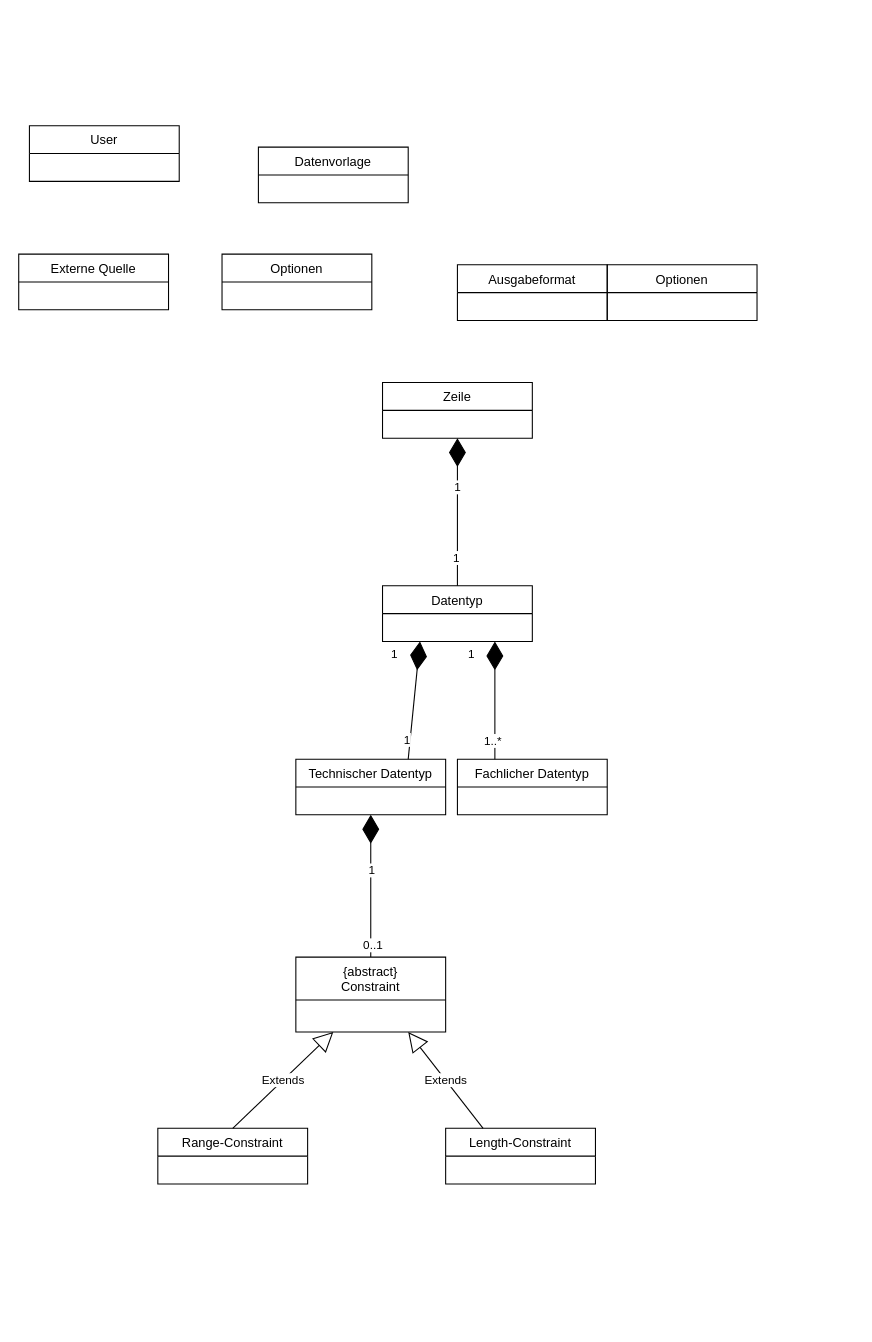
The draw.io diagram datagen-backend/src/main/resources/domain.drawio in Edelmetall/LoremIpsum, before the edit. Source tidied: cells renumbered, new cells numbered last; positions are measured from the earlier drawing's top-left corner, leaving out a move shared by most shapes. Both pictures are drawn from the tidied source at 107%, with x=0, y=0 at pixel (18, 125).
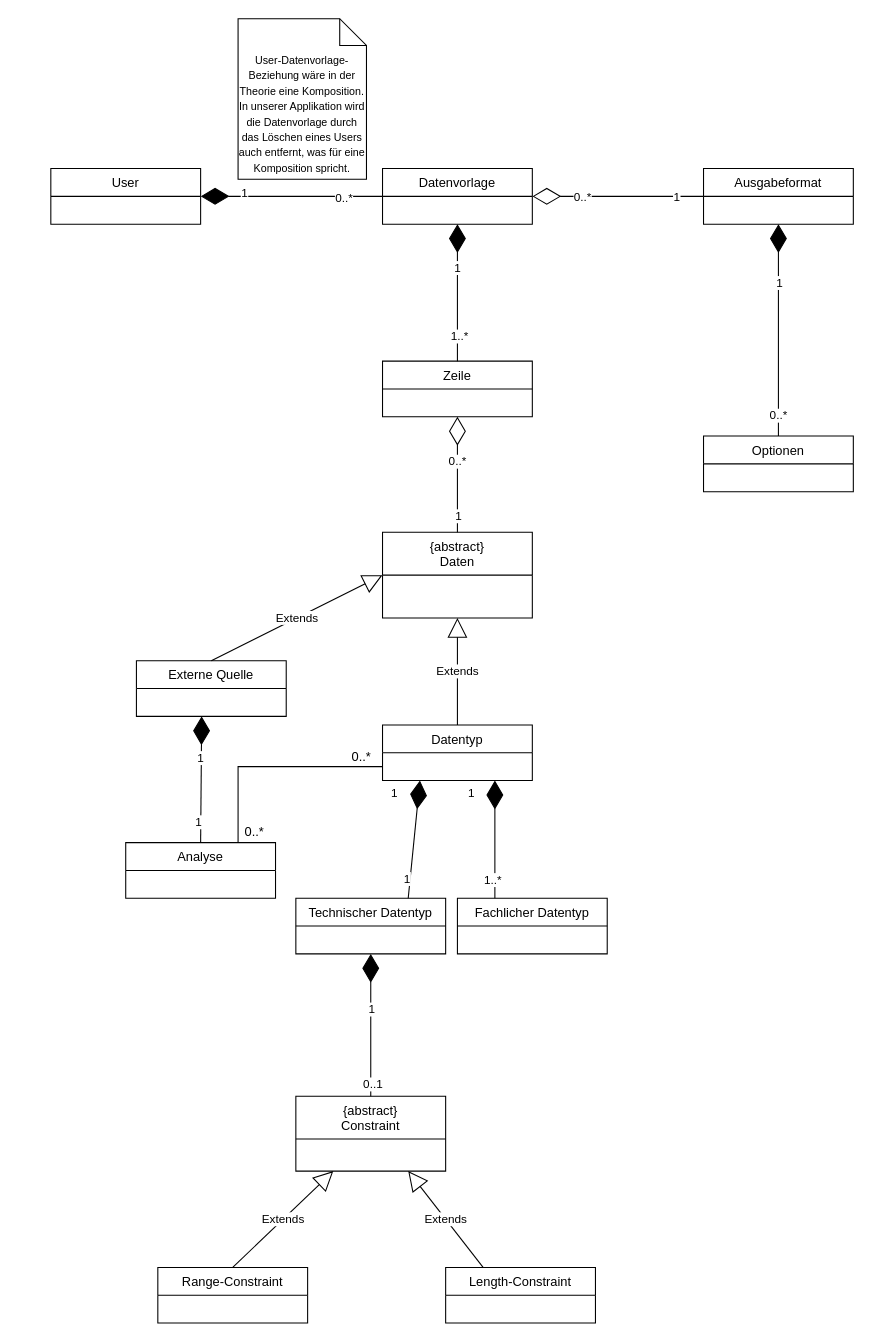
After the change.

Commit message:
finished first draft of domain diagram

What changed in the source:
```diff
@@
     <mxCell id="2" value="User" style="swimlane;fontStyle=0;horizontal=1;startSize=26;fillColor=none;" parent="1" vertex="1">
-      <mxGeometry x="10" width="140" height="52" as="geometry" />
+      <mxGeometry x="30" y="40" width="140" height="52" as="geometry" />
     </mxCell>
     <mxCell id="3" value="Datenvorlage" style="swimlane;fontStyle=0;horizontal=1;startSize=26;fillColor=none;" parent="1" vertex="1">
-      <mxGeometry x="224" y="20" width="140" height="52" as="geometry" />
+      <mxGeometry x="340" y="40" width="140" height="52" as="geometry" />
     </mxCell>
     <mxCell id="4" value="Externe Quelle" style="swimlane;fontStyle=0;horizontal=1;startSize=26;fillColor=none;" parent="1" vertex="1">
-      <mxGeometry y="120" width="140" height="52" as="geometry" />
+      <mxGeometry x="110" y="500" width="140" height="52" as="geometry" />
     </mxCell>
     <mxCell id="5" value="Zeile" style="swimlane;fontStyle=0;horizontal=1;startSize=26;fillColor=none;" parent="1" vertex="1">
-      <mxGeometry x="340" y="240" width="140" height="52" as="geometry" />
+      <mxGeometry x="340" y="220" width="140" height="52" as="geometry" />
     </mxCell>
-    <mxCell id="6" value="Optionen" style="swimlane;fontStyle=0;horizontal=1;startSize=26;fillColor=none;" parent="1" vertex="1">
-      <mxGeometry x="190" y="120" width="140" height="52" as="geometry" />
-    </mxCell>
     <mxCell id="7" value="Datentyp" style="swimlane;fontStyle=0;horizontal=1;startSize=26;fillColor=none;" parent="1" vertex="1">
-      <mxGeometry x="340" y="430" width="140" height="52" as="geometry" />
+      <mxGeometry x="340" y="560" width="140" height="52" as="geometry" />
     </mxCell>
     <mxCell id="8" value="Technischer Datentyp" style="swimlane;fontStyle=0;horizontal=1;startSize=26;fillColor=none;" parent="1" vertex="1">
-      <mxGeometry x="259" y="592" width="140" height="52" as="geometry" />
+      <mxGeometry x="259" y="722" width="140" height="52" as="geometry" />
     </mxCell>
     <mxCell id="9" value="Fachlicher Datentyp" style="swimlane;fontStyle=0;horizontal=1;startSize=26;fillColor=none;" parent="1" vertex="1">
-      <mxGeometry x="410" y="592" width="140" height="52" as="geometry" />
+      <mxGeometry x="410" y="722" width="140" height="52" as="geometry" />
     </mxCell>
     <mxCell id="10" value="Ausgabeformat" style="swimlane;fontStyle=0;horizontal=1;startSize=26;fillColor=none;" parent="1" vertex="1">
-      <mxGeometry x="410" y="130" width="140" height="52" as="geometry" />
+      <mxGeometry x="640" y="40" width="140" height="52" as="geometry" />
     </mxCell>
     <mxCell id="11" value="Optionen" style="swimlane;fontStyle=0;horizontal=1;startSize=26;fillColor=none;" parent="1" vertex="1">
-      <mxGeometry x="550" y="130" width="140" height="52" as="geometry" />
+      <mxGeometry x="640" y="290" width="140" height="52" as="geometry" />
     </mxCell>
@@
     <mxCell id="18" value="{abstract}&#10;Constraint" style="swimlane;fontStyle=0;horizontal=1;startSize=40;fillColor=none;" parent="1" vertex="1">
-      <mxGeometry x="259" y="777" width="140" height="70" as="geometry" />
+      <mxGeometry x="259" y="907" width="140" height="70" as="geometry" />
     </mxCell>
@@
     <mxCell id="22" value="Range-Constraint" style="swimlane;fontStyle=0;horizontal=1;startSize=26;fillColor=none;" parent="1" vertex="1">
-      <mxGeometry x="130" y="937" width="140" height="52" as="geometry" />
+      <mxGeometry x="130" y="1067" width="140" height="52" as="geometry" />
     </mxCell>
     <mxCell id="23" value="Length-Constraint" style="swimlane;fontStyle=0;horizontal=1;startSize=26;fillColor=none;" parent="1" vertex="1">
-      <mxGeometry x="399" y="937" width="140" height="52" as="geometry" />
+      <mxGeometry x="399" y="1067" width="140" height="52" as="geometry" />
     </mxCell>
@@
     <mxCell id="25" value="Extends" style="endArrow=block;endSize=16;endFill=0;html=1;rounded=0;exitX=0.25;exitY=0;exitDx=0;exitDy=0;entryX=0.25;entryY=1;entryDx=0;entryDy=0;" parent="1" edge="1" source="23">
       <mxGeometry relative="1" as="geometry">
-        <mxPoint x="364" y="847" as="targetPoint" />
+        <mxPoint x="364" y="977" as="targetPoint" />
       </mxGeometry>
     </mxCell>
-    <mxCell id="26" style="endArrow=diamondThin;endFill=1;endSize=24;html=1;rounded=0;entryX=0.5;entryY=1;entryDx=0;entryDy=0;exitX=0.5;exitY=0;exitDx=0;exitDy=0;" parent="1" edge="1" source="7" target="5">
-      <mxGeometry relative="1" as="geometry" />
-    </mxCell>
-    <mxCell id="27" value="1" style="edgeLabel;html=1;align=center;verticalAlign=middle;" parent="26" vertex="1">
-      <mxGeometry x="0.35" y="1" relative="1" as="geometry" />
-    </mxCell>
-    <mxCell id="28" value="1" style="edgeLabel;html=1;align=center;verticalAlign=middle;" parent="26" vertex="1">
-      <mxGeometry x="-0.61" y="2" relative="1" as="geometry" />
-    </mxCell>
+    <mxCell id="29" value="{abstract}&#10;Daten" style="swimlane;fontStyle=0;horizontal=1;startSize=40;fillColor=none;" parent="1" vertex="1">
+      <mxGeometry x="340" y="380" width="140" height="80" as="geometry" />
+    </mxCell>
+    <mxCell id="30" value="Extends" style="endArrow=block;endSize=16;endFill=0;html=1;rounded=0;entryX=0.5;entryY=1;entryDx=0;entryDy=0;exitX=0.5;exitY=0;exitDx=0;exitDy=0;" parent="1" edge="1" source="7" target="29">
+      <mxGeometry relative="1" as="geometry" />
+    </mxCell>
+    <mxCell id="31" value="Extends" style="endArrow=block;endSize=16;endFill=0;html=1;rounded=0;exitX=0.5;exitY=0;exitDx=0;exitDy=0;entryX=0;entryY=0.5;entryDx=0;entryDy=0;" parent="1" edge="1" source="4" target="29">
+      <mxGeometry relative="1" as="geometry" />
+    </mxCell>
+    <mxCell id="32" value="Analyse" style="swimlane;fontStyle=0;horizontal=1;startSize=26;fillColor=none;" parent="1" vertex="1">
+      <mxGeometry x="100" y="670" width="140" height="52" as="geometry" />
+    </mxCell>
+    <mxCell id="33" style="endArrow=diamondThin;endFill=1;endSize=24;html=1;rounded=0;exitX=0.5;exitY=0;exitDx=0;exitDy=0;entryX=0.25;entryY=1;entryDx=0;entryDy=0;" parent="1" edge="1" source="32">
+      <mxGeometry relative="1" as="geometry">
+        <mxPoint x="171" y="552" as="targetPoint" />
+      </mxGeometry>
+    </mxCell>
+    <mxCell id="34" value="1" style="edgeLabel;html=1;align=center;verticalAlign=middle;" parent="33" vertex="1">
+      <mxGeometry x="-0.68" y="3" relative="1" as="geometry" />
+    </mxCell>
+    <mxCell id="35" value="1" style="edgeLabel;html=1;align=center;verticalAlign=middle;" parent="33" vertex="1">
+      <mxGeometry x="0.8" y="-1" relative="1" as="geometry">
+        <mxPoint x="-2" y="26" as="offset" />
+      </mxGeometry>
+    </mxCell>
+    <mxCell id="36" style="endArrow=none;html=1;edgeStyle=orthogonalEdgeStyle;rounded=0;entryX=0.75;entryY=0;entryDx=0;entryDy=0;exitX=0;exitY=0.75;exitDx=0;exitDy=0;" parent="1" edge="1" source="7" target="32">
+      <mxGeometry relative="1" as="geometry" />
+    </mxCell>
+    <mxCell id="37" value="0..*" style="text;html=1;align=center;verticalAlign=middle;strokeColor=none;fillColor=none;" parent="1" vertex="1">
+      <mxGeometry x="305" y="580" width="30" height="20" as="geometry" />
+    </mxCell>
+    <mxCell id="38" value="0..*" style="text;html=1;align=center;verticalAlign=middle;strokeColor=none;fillColor=none;" parent="1" vertex="1">
+      <mxGeometry x="205" y="650" width="30" height="20" as="geometry" />
+    </mxCell>
+    <mxCell id="39" style="endArrow=diamondThin;endFill=1;endSize=24;html=1;rounded=0;entryX=0.5;entryY=1;entryDx=0;entryDy=0;exitX=0.5;exitY=0;exitDx=0;exitDy=0;" parent="1" edge="1" source="5" target="3">
+      <mxGeometry relative="1" as="geometry" />
+    </mxCell>
+    <mxCell id="40" value="1..*" style="edgeLabel;html=1;align=center;verticalAlign=middle;" parent="39" vertex="1">
+      <mxGeometry x="-0.63" y="-1" relative="1" as="geometry" />
+    </mxCell>
+    <mxCell id="41" value="1" style="edgeLabel;html=1;align=center;verticalAlign=middle;" parent="39" vertex="1">
+      <mxGeometry x="0.37" y="1" relative="1" as="geometry" />
+    </mxCell>
+    <mxCell id="42" style="endArrow=diamondThin;endFill=0;endSize=24;html=1;rounded=0;entryX=0.5;entryY=1;entryDx=0;entryDy=0;exitX=0.5;exitY=0;exitDx=0;exitDy=0;" parent="1" edge="1" source="29" target="5">
+      <mxGeometry relative="1" as="geometry" />
+    </mxCell>
+    <mxCell id="43" value="1" style="edgeLabel;html=1;align=center;verticalAlign=middle;" parent="42" vertex="1">
+      <mxGeometry x="-0.68" relative="1" as="geometry">
+        <mxPoint y="1" as="offset" />
+      </mxGeometry>
+    </mxCell>
+    <mxCell id="44" value="0..*" style="edgeLabel;html=1;align=center;verticalAlign=middle;" parent="42" vertex="1">
+      <mxGeometry x="0.25" y="1" relative="1" as="geometry">
+        <mxPoint y="1" as="offset" />
+      </mxGeometry>
+    </mxCell>
+    <mxCell id="45" style="endArrow=diamondThin;endFill=0;endSize=24;html=1;rounded=0;exitX=0;exitY=0.5;exitDx=0;exitDy=0;entryX=1;entryY=0.5;entryDx=0;entryDy=0;" parent="1" edge="1" source="10" target="3">
+      <mxGeometry relative="1" as="geometry" />
+    </mxCell>
+    <mxCell id="46" value="1" style="edgeLabel;html=1;align=center;verticalAlign=middle;" parent="45" vertex="1">
+      <mxGeometry x="-0.68" relative="1" as="geometry" />
+    </mxCell>
+    <mxCell id="47" value="0..*" style="edgeLabel;html=1;align=center;verticalAlign=middle;" parent="45" vertex="1">
+      <mxGeometry x="0.42" relative="1" as="geometry" />
+    </mxCell>
+    <mxCell id="48" style="endArrow=diamondThin;endFill=1;endSize=24;html=1;rounded=0;entryX=0.5;entryY=1;entryDx=0;entryDy=0;exitX=0.5;exitY=0;exitDx=0;exitDy=0;" parent="1" edge="1" source="11" target="10">
+      <mxGeometry relative="1" as="geometry" />
+    </mxCell>
+    <mxCell id="49" value="0..*" style="edgeLabel;html=1;align=center;verticalAlign=middle;" parent="48" vertex="1">
+      <mxGeometry x="-0.8" y="1" relative="1" as="geometry" />
+    </mxCell>
+    <mxCell id="50" value="1" style="edgeLabel;html=1;align=center;verticalAlign=middle;" parent="48" vertex="1">
+      <mxGeometry x="0.45" relative="1" as="geometry" />
+    </mxCell>
+    <mxCell id="51" style="endArrow=diamondThin;endFill=1;endSize=24;html=1;rounded=0;entryX=1;entryY=0.5;entryDx=0;entryDy=0;exitX=0;exitY=0.5;exitDx=0;exitDy=0;" parent="1" edge="1" source="3" target="2">
+      <mxGeometry relative="1" as="geometry" />
+    </mxCell>
+    <mxCell id="52" value="1" style="edgeLabel;html=1;align=center;verticalAlign=middle;" parent="51" vertex="1">
+      <mxGeometry x="0.53" y="-4" relative="1" as="geometry" />
+    </mxCell>
+    <mxCell id="53" value="0..*" style="edgeLabel;html=1;align=center;verticalAlign=middle;" parent="51" vertex="1">
+      <mxGeometry x="-0.57" y="1" relative="1" as="geometry" />
+    </mxCell>
+    <mxCell id="54" value="&lt;font style=&quot;font-size: 10px&quot;&gt;User-Datenvorlage-Beziehung wäre in der Theorie eine Komposition. In unserer Applikation wird die Datenvorlage durch das Löschen eines Users auch entfernt, was für eine Komposition spricht.&lt;/font&gt;" style="shape=note2;boundedLbl=1;whiteSpace=wrap;html=1;size=25;verticalAlign=top;align=center;" parent="1" vertex="1">
+      <mxGeometry x="205" y="-100" width="120" height="150" as="geometry" />
+    </mxCell>
```
